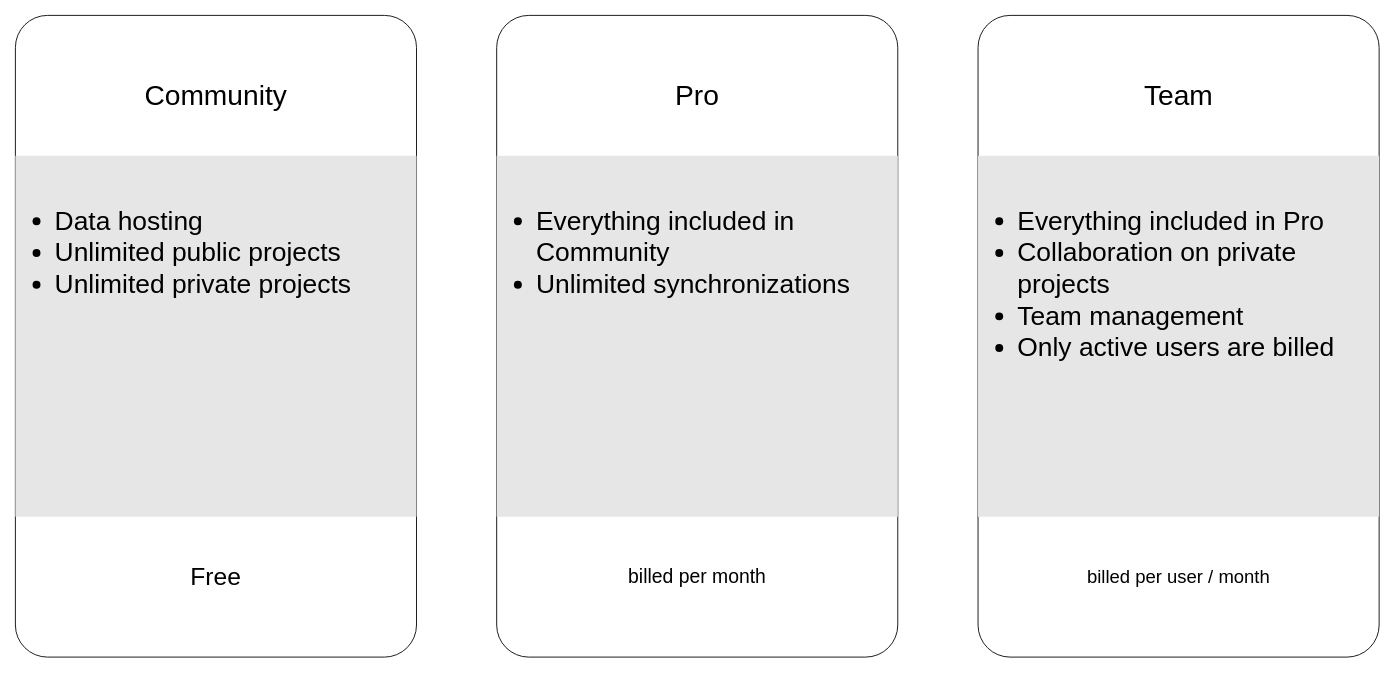
Above: qfieldcloud/assets/pricing.drawio in opengisch/talks (draw.io), before the change. Source tidied: cells renumbered, new cells numbered last; positions are measured from the earlier drawing's top-left corner, leaving out a move shared by most shapes. Both pictures are drawn from the tidied source at 88%, with x=0, y=0 at pixel (15, 15).
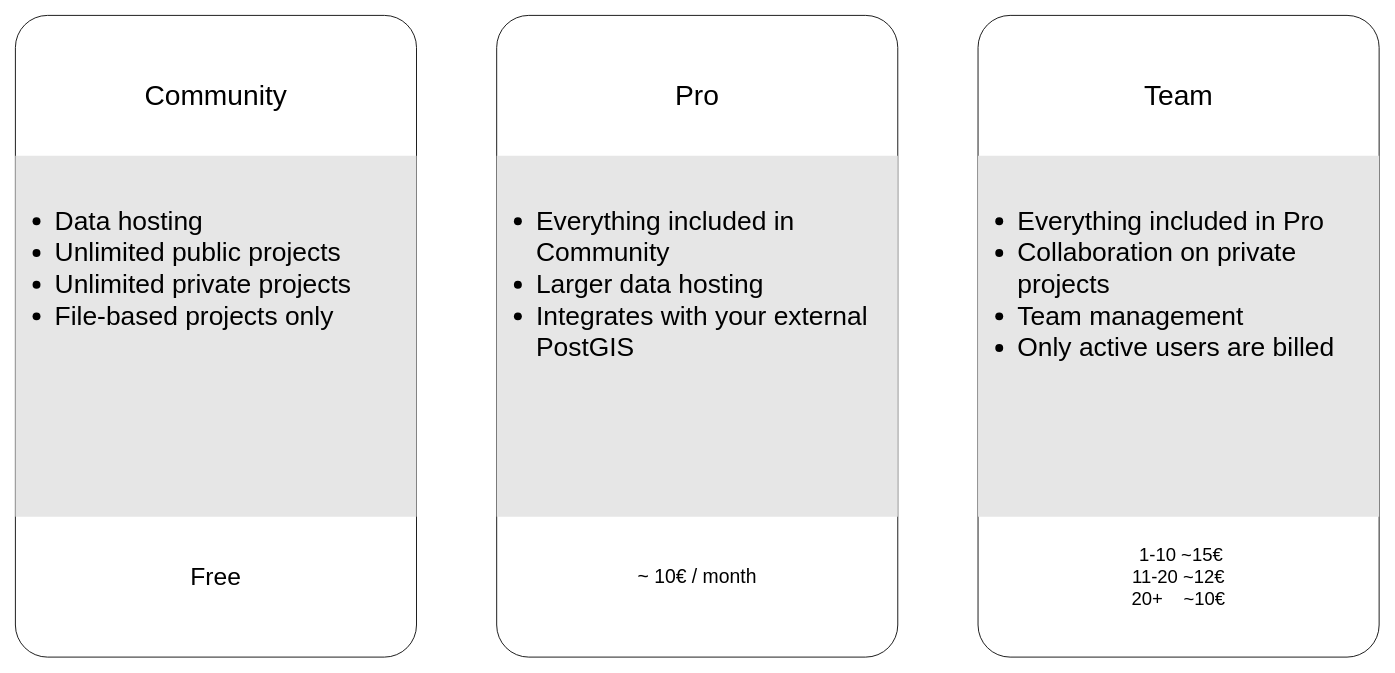
The same diagram, later.

Commit message (it also covers changes not shown here):
updated pricing slide

Change to the diagram source:
```diff
@@
 <mxGraphModel>
   <root>
     <mxCell id="0" />
     <mxCell id="1" parent="0" />
     <mxCell id="2" style="group;" parent="1" vertex="1">
       <mxGeometry width="1549.6" height="729.2" as="geometry" />
     </mxCell>
     <mxCell id="3" style="rounded=1;whiteSpace=wrap;html=1;arcSize=8;" parent="2" vertex="1">
       <mxGeometry width="455.8" height="729.2" as="geometry" />
     </mxCell>
     <mxCell id="4" value="&lt;font style=&quot;font-size: 32px&quot;&gt;Community&lt;/font&gt;" style="text;html=1;strokeColor=none;fillColor=none;align=center;verticalAlign=middle;whiteSpace=wrap;rounded=0;" parent="2" vertex="1">
       <mxGeometry width="455.8" height="182.3" as="geometry" />
     </mxCell>
     <mxCell id="5" value="&lt;font style=&quot;font-size: 28px&quot;&gt;Free&lt;/font&gt;" style="text;html=1;strokeColor=none;fillColor=none;align=center;verticalAlign=middle;whiteSpace=wrap;rounded=0;" parent="2" vertex="1">
       <mxGeometry y="546.9" width="455.8" height="182.3" as="geometry" />
     </mxCell>
-    <mxCell id="6" value="&lt;font style=&quot;font-size: 30px&quot;&gt;&lt;br&gt;&lt;/font&gt;&lt;ul style=&quot;font-size: 30px&quot;&gt;&lt;li&gt;&lt;font style=&quot;font-size: 30px&quot;&gt;Data hosting&lt;/font&gt;&lt;/li&gt;&lt;li&gt;&lt;font style=&quot;font-size: 30px&quot;&gt;Unlimited public projects&lt;/font&gt;&lt;/li&gt;&lt;li&gt;&lt;font style=&quot;font-size: 30px&quot;&gt;Unlimited private projects&lt;/font&gt;&lt;/li&gt;&lt;/ul&gt;" style="text;html=1;strokeColor=none;spacing=5;spacingTop=-20;whiteSpace=wrap;overflow=hidden;rounded=0;fillColor=#E6E6E6;" parent="2" vertex="1">
+    <mxCell id="6" value="&lt;font style=&quot;font-size: 30px&quot;&gt;&lt;br&gt;&lt;/font&gt;&lt;ul style=&quot;font-size: 30px&quot;&gt;&lt;li&gt;&lt;font style=&quot;font-size: 30px&quot;&gt;Data hosting&lt;/font&gt;&lt;/li&gt;&lt;li&gt;&lt;font style=&quot;font-size: 30px&quot;&gt;Unlimited public projects&lt;/font&gt;&lt;/li&gt;&lt;li&gt;&lt;font style=&quot;font-size: 30px&quot;&gt;Unlimited private projects&lt;/font&gt;&lt;/li&gt;&lt;li&gt;File-based projects only&lt;/li&gt;&lt;/ul&gt;" style="text;html=1;strokeColor=none;spacing=5;spacingTop=-20;whiteSpace=wrap;overflow=hidden;rounded=0;fillColor=#E6E6E6;" parent="2" vertex="1">
       <mxGeometry y="159.5" width="455.8" height="410.2" as="geometry" />
     </mxCell>
     <mxCell id="7" style="rounded=1;whiteSpace=wrap;html=1;arcSize=8;" parent="2" vertex="1">
       <mxGeometry x="546.9" width="455.8" height="729.2" as="geometry" />
     </mxCell>
     <mxCell id="8" value="&lt;font style=&quot;font-size: 32px&quot;&gt;Pro&lt;/font&gt;" style="text;html=1;strokeColor=none;fillColor=none;align=center;verticalAlign=middle;whiteSpace=wrap;rounded=0;" parent="2" vertex="1">
       <mxGeometry x="546.9" width="455.8" height="182.3" as="geometry" />
     </mxCell>
-    <mxCell id="9" value="&lt;font style=&quot;font-size: 22px&quot;&gt;billed per month&lt;br&gt;&lt;/font&gt;" style="text;html=1;strokeColor=none;fillColor=none;align=center;verticalAlign=middle;whiteSpace=wrap;rounded=0;" parent="2" vertex="1">
+    <mxCell id="9" value="&lt;font style=&quot;font-size: 22px&quot;&gt;~ 10€ / month&lt;br&gt;&lt;/font&gt;" style="text;html=1;strokeColor=none;fillColor=none;align=center;verticalAlign=middle;whiteSpace=wrap;rounded=0;" parent="2" vertex="1">
       <mxGeometry x="546.9" y="546.9" width="455.8" height="182.3" as="geometry" />
     </mxCell>
-    <mxCell id="10" value="&lt;font style=&quot;font-size: 30px&quot;&gt;&lt;br&gt;&lt;/font&gt;&lt;ul style=&quot;font-size: 30px&quot;&gt;&lt;li&gt;&lt;font style=&quot;font-size: 30px&quot;&gt;Everything included in Community&lt;br&gt;&lt;/font&gt;&lt;/li&gt;&lt;li&gt;&lt;font style=&quot;font-size: 30px&quot;&gt;&lt;font style=&quot;font-size: 30px&quot;&gt;Unlimited synchronizations&lt;/font&gt;&lt;br&gt;&lt;/font&gt;&lt;/li&gt;&lt;/ul&gt;" style="text;html=1;strokeColor=none;spacing=5;spacingTop=-20;whiteSpace=wrap;overflow=hidden;rounded=0;fillColor=#E6E6E6;" parent="2" vertex="1">
+    <mxCell id="10" value="&lt;font style=&quot;font-size: 30px&quot;&gt;&lt;br&gt;&lt;/font&gt;&lt;ul style=&quot;font-size: 30px&quot;&gt;&lt;li&gt;&lt;font style=&quot;font-size: 30px&quot;&gt;Everything included in Community&lt;br&gt;&lt;/font&gt;&lt;/li&gt;&lt;li&gt;Larger data hosting&lt;/li&gt;&lt;li&gt;&lt;span&gt;Integrates with your external PostGIS&lt;/span&gt;&lt;br&gt;&lt;/li&gt;&lt;/ul&gt;" style="text;html=1;strokeColor=none;spacing=5;spacingTop=-20;whiteSpace=wrap;overflow=hidden;rounded=0;fillColor=#E6E6E6;" parent="2" vertex="1">
       <mxGeometry x="546.9" y="159.5" width="455.8" height="410.2" as="geometry" />
     </mxCell>
     <mxCell id="11" style="rounded=1;whiteSpace=wrap;html=1;arcSize=8;" parent="2" vertex="1">
       <mxGeometry x="1093.9" width="455.8" height="729.2" as="geometry" />
     </mxCell>
     <mxCell id="12" value="&lt;font style=&quot;font-size: 32px&quot;&gt;Team&lt;/font&gt;" style="text;html=1;strokeColor=none;fillColor=none;align=center;verticalAlign=middle;whiteSpace=wrap;rounded=0;" parent="2" vertex="1">
       <mxGeometry x="1093.9" width="455.8" height="182.3" as="geometry" />
     </mxCell>
-    <mxCell id="13" value="&lt;font style=&quot;font-size: 21px&quot;&gt;billed per user / month&lt;br&gt;&lt;/font&gt;" style="text;html=1;strokeColor=none;fillColor=none;align=center;verticalAlign=middle;whiteSpace=wrap;rounded=0;" parent="2" vertex="1">
+    <mxCell id="13" value="&lt;font&gt;&lt;div&gt;&lt;span style=&quot;font-size: 21px&quot;&gt;&amp;nbsp;1-10 ~15€&lt;/span&gt;&lt;/div&gt;&lt;div&gt;&lt;span style=&quot;font-size: 21px&quot;&gt;11-20 ~12€&lt;/span&gt;&lt;/div&gt;&lt;div&gt;&lt;span style=&quot;font-size: 21px&quot;&gt;20+&amp;nbsp; &amp;nbsp; ~10€&lt;/span&gt;&lt;/div&gt;&lt;/font&gt;" style="text;html=1;strokeColor=none;fillColor=none;align=center;verticalAlign=middle;whiteSpace=wrap;rounded=0;" parent="2" vertex="1">
       <mxGeometry x="1093.9" y="546.9" width="455.8" height="182.3" as="geometry" />
     </mxCell>
     <mxCell id="14" value="&lt;font style=&quot;font-size: 30px&quot;&gt;&lt;br&gt;&lt;/font&gt;&lt;ul style=&quot;font-size: 30px&quot;&gt;&lt;li&gt;&lt;font style=&quot;font-size: 30px&quot;&gt;Everything included in Pro&lt;br&gt;&lt;/font&gt;&lt;/li&gt;&lt;li&gt;&lt;font style=&quot;font-size: 30px&quot;&gt;Collaboration on private projects&lt;/font&gt;&lt;/li&gt;&lt;li&gt;&lt;font style=&quot;font-size: 30px&quot;&gt;Team management&lt;/font&gt;&lt;/li&gt;&lt;li&gt;&lt;font style=&quot;font-size: 30px&quot;&gt;&lt;font style=&quot;font-size: 30px&quot;&gt;Only active users are billed&lt;/font&gt;&lt;br&gt;&lt;/font&gt;&lt;/li&gt;&lt;/ul&gt;" style="text;html=1;strokeColor=none;spacing=5;spacingTop=-20;whiteSpace=wrap;overflow=hidden;rounded=0;fillColor=#E6E6E6;" parent="2" vertex="1">
       <mxGeometry x="1093.9" y="159.5" width="455.8" height="410.2" as="geometry" />
     </mxCell>
   </root>
 </mxGraphModel>
```
